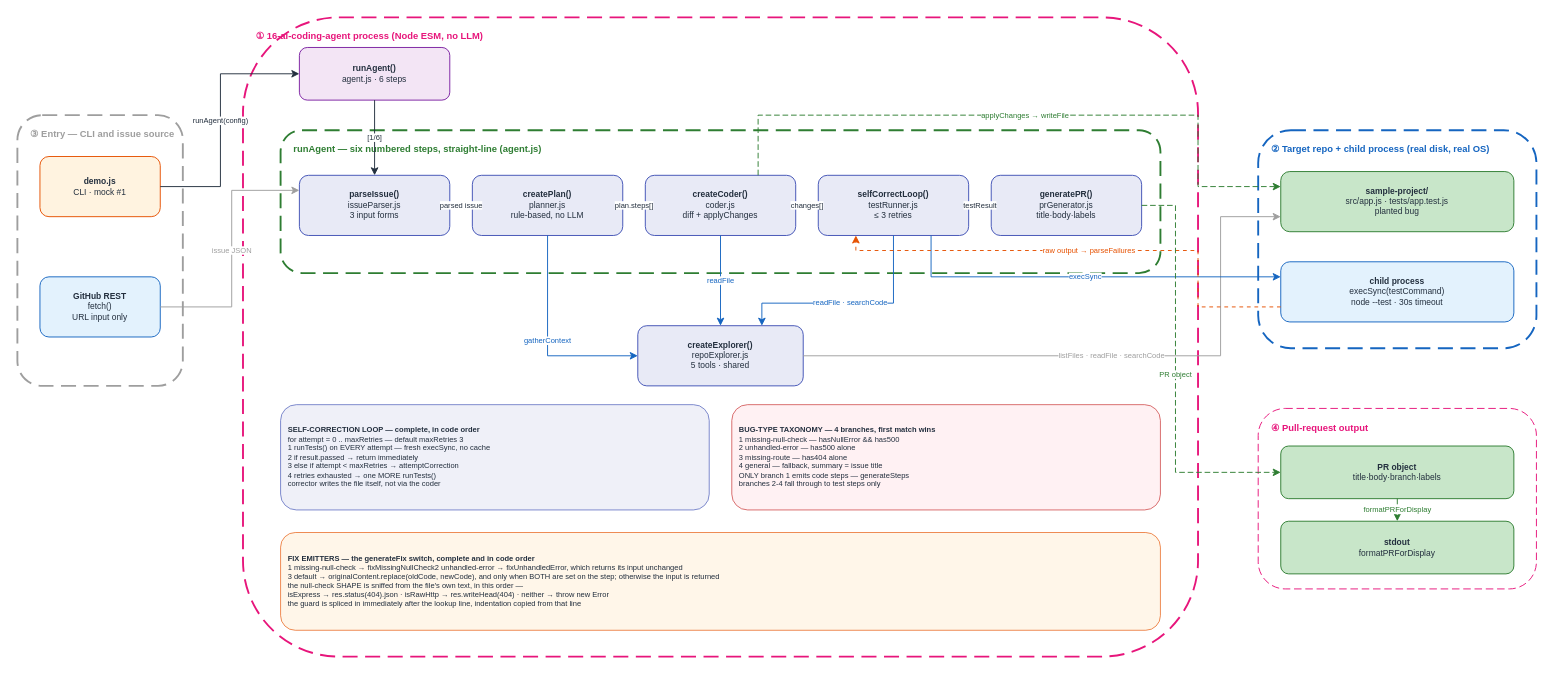
The draw.io diagram docs/diagrams/coding_agent_v1/HOA_CodingAgent_v1.drawio in gmaheshraju/Hands-on-AgenticAI, before the edit. Source tidied: cells renumbered, new cells numbered last; positions are measured from the earlier drawing's top-left corner, leaving out a move shared by most shapes. Both pictures are drawn from the tidied source at 94%, with x=0, y=0 at pixel (17, 17).
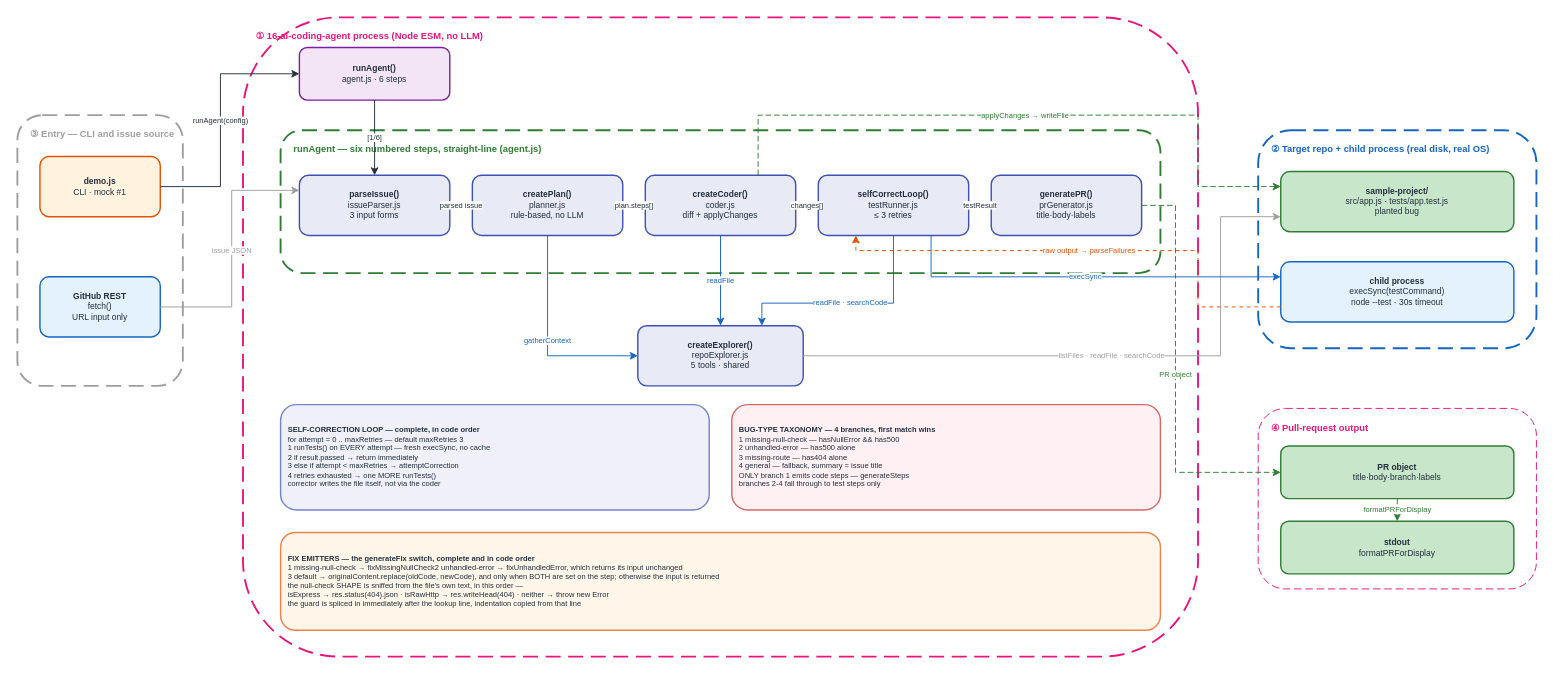
The same page after the edit.

What changed in the source:
```diff
@@
-    <mxCell id="12" value="&lt;b&gt;demo.js&lt;/b&gt;&lt;br&gt;CLI · mock #1&lt;br&gt;" style="rounded=1;fillColor=#FFF3E0;strokeColor=#E65100;fontSize=9;fontColor=#232F3E;html=1;whiteSpace=wrap;align=center;" parent="1" vertex="1">
+    <mxCell id="12" value="&lt;b&gt;demo.js&lt;/b&gt;&lt;br&gt;CLI · mock #1&lt;br&gt;" style="rounded=1;fillColor=#FFF3E0;strokeColor=#E65100;strokeWidth=1.5;fontSize=9;fontColor=#232F3E;html=1;whiteSpace=wrap;align=center;" parent="1" vertex="1">
       <mxGeometry x="24" y="148" width="128" height="64" as="geometry" />
     </mxCell>
-    <mxCell id="13" value="&lt;b&gt;GitHub REST&lt;/b&gt;&lt;br&gt;fetch()&lt;br&gt;URL input only" style="rounded=1;fillColor=#E3F2FD;strokeColor=#1565C0;fontSize=9;fontColor=#232F3E;html=1;whiteSpace=wrap;align=center;" parent="1" vertex="1">
+    <mxCell id="13" value="&lt;b&gt;GitHub REST&lt;/b&gt;&lt;br&gt;fetch()&lt;br&gt;URL input only" style="rounded=1;fillColor=#E3F2FD;strokeColor=#1565C0;strokeWidth=1.5;fontSize=9;fontColor=#232F3E;html=1;whiteSpace=wrap;align=center;" parent="1" vertex="1">
       <mxGeometry x="24" y="276" width="128" height="64" as="geometry" />
     </mxCell>
-    <mxCell id="14" value="&lt;b&gt;runAgent()&lt;/b&gt;&lt;br&gt;agent.js · 6 steps" style="rounded=1;fillColor=#F3E5F5;strokeColor=#7B1FA2;fontSize=9;fontColor=#232F3E;html=1;whiteSpace=wrap;align=center;" parent="1" vertex="1">
+    <mxCell id="14" value="&lt;b&gt;runAgent()&lt;/b&gt;&lt;br&gt;agent.js · 6 steps" style="rounded=1;fillColor=#F3E5F5;strokeColor=#7B1FA2;strokeWidth=1.5;fontSize=9;fontColor=#232F3E;html=1;whiteSpace=wrap;align=center;" parent="1" vertex="1">
       <mxGeometry x="300" y="32" width="160" height="56" as="geometry" />
     </mxCell>
-    <mxCell id="15" value="&lt;b&gt;parseIssue()&lt;/b&gt;&lt;br&gt;issueParser.js&lt;br&gt;3 input forms" style="rounded=1;fillColor=#E8EAF6;strokeColor=#3F51B5;fontSize=9;fontColor=#232F3E;html=1;whiteSpace=wrap;align=center;" parent="1" vertex="1">
+    <mxCell id="15" value="&lt;b&gt;parseIssue()&lt;/b&gt;&lt;br&gt;issueParser.js&lt;br&gt;3 input forms" style="rounded=1;fillColor=#E8EAF6;strokeColor=#3F51B5;strokeWidth=1.5;fontSize=9;fontColor=#232F3E;html=1;whiteSpace=wrap;align=center;" parent="1" vertex="1">
       <mxGeometry x="300" y="168" width="160" height="64" as="geometry" />
     </mxCell>
-    <mxCell id="16" value="&lt;b&gt;createPlan()&lt;/b&gt;&lt;br&gt;planner.js&lt;br&gt;rule-based, no LLM" style="rounded=1;fillColor=#E8EAF6;strokeColor=#3F51B5;fontSize=9;fontColor=#232F3E;html=1;whiteSpace=wrap;align=center;" parent="1" vertex="1">
+    <mxCell id="16" value="&lt;b&gt;createPlan()&lt;/b&gt;&lt;br&gt;planner.js&lt;br&gt;rule-based, no LLM" style="rounded=1;fillColor=#E8EAF6;strokeColor=#3F51B5;strokeWidth=1.5;fontSize=9;fontColor=#232F3E;html=1;whiteSpace=wrap;align=center;" parent="1" vertex="1">
       <mxGeometry x="484" y="168" width="160" height="64" as="geometry" />
     </mxCell>
-    <mxCell id="17" value="&lt;b&gt;createCoder()&lt;/b&gt;&lt;br&gt;coder.js&lt;br&gt;diff + applyChanges" style="rounded=1;fillColor=#E8EAF6;strokeColor=#3F51B5;fontSize=9;fontColor=#232F3E;html=1;whiteSpace=wrap;align=center;" parent="1" vertex="1">
+    <mxCell id="17" value="&lt;b&gt;createCoder()&lt;/b&gt;&lt;br&gt;coder.js&lt;br&gt;diff + applyChanges" style="rounded=1;fillColor=#E8EAF6;strokeColor=#3F51B5;strokeWidth=1.5;fontSize=9;fontColor=#232F3E;html=1;whiteSpace=wrap;align=center;" parent="1" vertex="1">
       <mxGeometry x="668" y="168" width="160" height="64" as="geometry" />
     </mxCell>
-    <mxCell id="18" value="&lt;b&gt;selfCorrectLoop()&lt;/b&gt;&lt;br&gt;testRunner.js&lt;br&gt;≤ 3 retries" style="rounded=1;fillColor=#E8EAF6;strokeColor=#3F51B5;fontSize=9;fontColor=#232F3E;html=1;whiteSpace=wrap;align=center;" parent="1" vertex="1">
+    <mxCell id="18" value="&lt;b&gt;selfCorrectLoop()&lt;/b&gt;&lt;br&gt;testRunner.js&lt;br&gt;≤ 3 retries" style="rounded=1;fillColor=#E8EAF6;strokeColor=#3F51B5;strokeWidth=1.5;fontSize=9;fontColor=#232F3E;html=1;whiteSpace=wrap;align=center;" parent="1" vertex="1">
       <mxGeometry x="852" y="168" width="160" height="64" as="geometry" />
     </mxCell>
-    <mxCell id="19" value="&lt;b&gt;generatePR()&lt;/b&gt;&lt;br&gt;prGenerator.js&lt;br&gt;title·body·labels" style="rounded=1;fillColor=#E8EAF6;strokeColor=#3F51B5;fontSize=9;fontColor=#232F3E;html=1;whiteSpace=wrap;align=center;" parent="1" vertex="1">
+    <mxCell id="19" value="&lt;b&gt;generatePR()&lt;/b&gt;&lt;br&gt;prGenerator.js&lt;br&gt;title·body·labels" style="rounded=1;fillColor=#E8EAF6;strokeColor=#3F51B5;strokeWidth=1.5;fontSize=9;fontColor=#232F3E;html=1;whiteSpace=wrap;align=center;" parent="1" vertex="1">
       <mxGeometry x="1036" y="168" width="160" height="64" as="geometry" />
     </mxCell>
-    <mxCell id="20" value="&lt;b&gt;createExplorer()&lt;/b&gt;&lt;br&gt;repoExplorer.js&lt;br&gt;5 tools · shared" style="rounded=1;fillColor=#E8EAF6;strokeColor=#3F51B5;fontSize=9;fontColor=#232F3E;html=1;whiteSpace=wrap;align=center;" parent="1" vertex="1">
+    <mxCell id="20" value="&lt;b&gt;createExplorer()&lt;/b&gt;&lt;br&gt;repoExplorer.js&lt;br&gt;5 tools · shared" style="rounded=1;fillColor=#E8EAF6;strokeColor=#3F51B5;strokeWidth=1.5;fontSize=9;fontColor=#232F3E;html=1;whiteSpace=wrap;align=center;" parent="1" vertex="1">
       <mxGeometry x="660" y="328" width="176" height="64" as="geometry" />
     </mxCell>
-    <mxCell id="21" value="&lt;b&gt;sample-project/&lt;/b&gt;&lt;br&gt;src/app.js · tests/app.test.js&lt;br&gt;planted bug" style="rounded=1;fillColor=#C8E6C9;strokeColor=#2E7D32;fontSize=9;fontColor=#232F3E;html=1;whiteSpace=wrap;align=center;" parent="1" vertex="1">
+    <mxCell id="21" value="&lt;b&gt;sample-project/&lt;/b&gt;&lt;br&gt;src/app.js · tests/app.test.js&lt;br&gt;planted bug" style="rounded=1;fillColor=#C8E6C9;strokeColor=#2E7D32;strokeWidth=1.5;fontSize=9;fontColor=#232F3E;html=1;whiteSpace=wrap;align=center;" parent="1" vertex="1">
       <mxGeometry x="1344" y="164" width="248" height="64" as="geometry" />
     </mxCell>
-    <mxCell id="22" value="&lt;b&gt;child process&lt;/b&gt;&lt;br&gt;execSync(testCommand)&lt;br&gt;node --test · 30s timeout" style="rounded=1;fillColor=#E3F2FD;strokeColor=#1565C0;fontSize=9;fontColor=#232F3E;html=1;whiteSpace=wrap;align=center;" parent="1" vertex="1">
+    <mxCell id="22" value="&lt;b&gt;child process&lt;/b&gt;&lt;br&gt;execSync(testCommand)&lt;br&gt;node --test · 30s timeout" style="rounded=1;fillColor=#E3F2FD;strokeColor=#1565C0;strokeWidth=1.5;fontSize=9;fontColor=#232F3E;html=1;whiteSpace=wrap;align=center;" parent="1" vertex="1">
       <mxGeometry x="1344" y="260" width="248" height="64" as="geometry" />
     </mxCell>
-    <mxCell id="23" value="&lt;b&gt;PR object&lt;/b&gt;&lt;br&gt;title·body·branch·labels" style="rounded=1;fillColor=#C8E6C9;strokeColor=#2E7D32;fontSize=9;fontColor=#232F3E;html=1;whiteSpace=wrap;align=center;" parent="1" vertex="1">
+    <mxCell id="23" value="&lt;b&gt;PR object&lt;/b&gt;&lt;br&gt;title·body·branch·labels" style="rounded=1;fillColor=#C8E6C9;strokeColor=#2E7D32;strokeWidth=1.5;fontSize=9;fontColor=#232F3E;html=1;whiteSpace=wrap;align=center;" parent="1" vertex="1">
       <mxGeometry x="1344" y="456" width="248" height="56" as="geometry" />
     </mxCell>
-    <mxCell id="24" value="&lt;b&gt;stdout&lt;/b&gt;&lt;br&gt;formatPRForDisplay" style="rounded=1;fillColor=#C8E6C9;strokeColor=#2E7D32;fontSize=9;fontColor=#232F3E;html=1;whiteSpace=wrap;align=center;" parent="1" vertex="1">
+    <mxCell id="24" value="&lt;b&gt;stdout&lt;/b&gt;&lt;br&gt;formatPRForDisplay" style="rounded=1;fillColor=#C8E6C9;strokeColor=#2E7D32;strokeWidth=1.5;fontSize=9;fontColor=#232F3E;html=1;whiteSpace=wrap;align=center;" parent="1" vertex="1">
       <mxGeometry x="1344" y="536" width="248" height="56" as="geometry" />
     </mxCell>
-    <mxCell id="25" value="&lt;b&gt;SELF-CORRECTION LOOP — complete, in code order&lt;/b&gt;&lt;br&gt;for attempt = 0 .. maxRetries — default maxRetries 3&lt;br&gt;1 runTests() on EVERY attempt — fresh execSync, no cache&lt;br&gt;2 if result.passed → return immediately&lt;br&gt;3 else if attempt &amp;lt; maxRetries → attemptCorrection&lt;br&gt;4 retries exhausted → one MORE runTests()&lt;br&gt;corrector writes the file itself, not via the coder" style="rounded=1;fillColor=#E8EAF6;strokeColor=#3F51B5;fontSize=8;fontColor=#232F3E;html=1;whiteSpace=wrap;align=left;spacingLeft=6;opacity=70;" parent="1" vertex="1">
+    <mxCell id="25" value="&lt;b&gt;SELF-CORRECTION LOOP — complete, in code order&lt;/b&gt;&lt;br&gt;for attempt = 0 .. maxRetries — default maxRetries 3&lt;br&gt;1 runTests() on EVERY attempt — fresh execSync, no cache&lt;br&gt;2 if result.passed → return immediately&lt;br&gt;3 else if attempt &amp;lt; maxRetries → attemptCorrection&lt;br&gt;4 retries exhausted → one MORE runTests()&lt;br&gt;corrector writes the file itself, not via the coder" style="rounded=1;fillColor=#E8EAF6;strokeColor=#3F51B5;strokeWidth=1.5;fontSize=8;fontColor=#232F3E;html=1;whiteSpace=wrap;align=left;spacingLeft=6;opacity=70;" parent="1" vertex="1">
       <mxGeometry x="280" y="412" width="456" height="112" as="geometry" />
     </mxCell>
-    <mxCell id="26" value="&lt;b&gt;BUG-TYPE TAXONOMY — 4 branches, first match wins&lt;/b&gt;&lt;br&gt;1 missing-null-check — hasNullError &amp;amp;&amp;amp; has500&lt;br&gt;2 unhandled-error — has500 alone&lt;br&gt;3 missing-route — has404 alone&lt;br&gt;4 general — fallback, summary = issue title&lt;br&gt;ONLY branch 1 emits code steps — generateSteps&lt;br&gt;branches 2-4 fall through to test steps only" style="rounded=1;fillColor=#FFEBEE;strokeColor=#C62828;fontSize=8;fontColor=#232F3E;html=1;whiteSpace=wrap;align=left;spacingLeft=6;opacity=70;" parent="1" vertex="1">
+    <mxCell id="26" value="&lt;b&gt;BUG-TYPE TAXONOMY — 4 branches, first match wins&lt;/b&gt;&lt;br&gt;1 missing-null-check — hasNullError &amp;amp;&amp;amp; has500&lt;br&gt;2 unhandled-error — has500 alone&lt;br&gt;3 missing-route — has404 alone&lt;br&gt;4 general — fallback, summary = issue title&lt;br&gt;ONLY branch 1 emits code steps — generateSteps&lt;br&gt;branches 2-4 fall through to test steps only" style="rounded=1;fillColor=#FFEBEE;strokeColor=#C62828;strokeWidth=1.5;fontSize=8;fontColor=#232F3E;html=1;whiteSpace=wrap;align=left;spacingLeft=6;opacity=70;" parent="1" vertex="1">
       <mxGeometry x="760" y="412" width="456" height="112" as="geometry" />
     </mxCell>
-    <mxCell id="27" value="&lt;b&gt;FIX EMITTERS — the generateFix switch, complete and in code order&lt;/b&gt;&lt;br&gt;1 missing-null-check → fixMissingNullCheck2 unhandled-error → fixUnhandledError, which returns its input unchanged&lt;br&gt;3 default → originalContent.replace(oldCode, newCode), and only when BOTH are set on the step; otherwise the input is returned&lt;br&gt;the null-check SHAPE is sniffed from the file&amp;#39;s own text, in this order —&lt;br&gt;isExpress → res.status(404).json · isRawHttp → res.writeHead(404) · neither → throw new Error&lt;br&gt;the guard is spliced in immediately after the lookup line, indentation copied from that line" style="rounded=1;fillColor=#FFF3E0;strokeColor=#E65100;fontSize=8;fontColor=#232F3E;html=1;whiteSpace=wrap;align=left;spacingLeft=6;opacity=70;" parent="1" vertex="1">
+    <mxCell id="27" value="&lt;b&gt;FIX EMITTERS — the generateFix switch, complete and in code order&lt;/b&gt;&lt;br&gt;1 missing-null-check → fixMissingNullCheck2 unhandled-error → fixUnhandledError, which returns its input unchanged&lt;br&gt;3 default → originalContent.replace(oldCode, newCode), and only when BOTH are set on the step; otherwise the input is returned&lt;br&gt;the null-check SHAPE is sniffed from the file&amp;#39;s own text, in this order —&lt;br&gt;isExpress → res.status(404).json · isRawHttp → res.writeHead(404) · neither → throw new Error&lt;br&gt;the guard is spliced in immediately after the lookup line, indentation copied from that line" style="rounded=1;fillColor=#FFF3E0;strokeColor=#E65100;strokeWidth=1.5;fontSize=8;fontColor=#232F3E;html=1;whiteSpace=wrap;align=left;spacingLeft=6;opacity=70;" parent="1" vertex="1">
       <mxGeometry x="280" y="548" width="936" height="104" as="geometry" />
     </mxCell>
```
